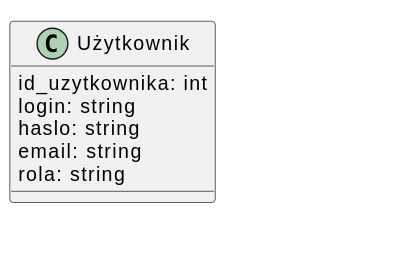
Before: diagrams/class_diagram_uzytkownik.svg, a diagram exported from PlantUML (jdaszkiewicz/diagramy).
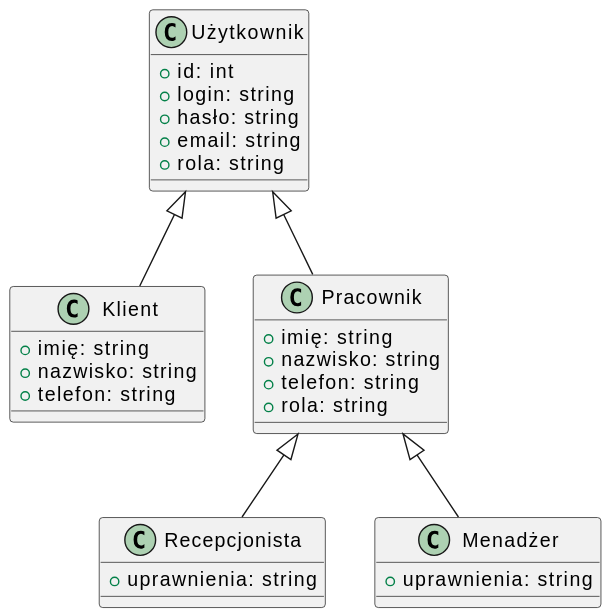
The same file after the commit.

The edit, as a diff of the source:
```diff
@@ -1,50 +1,35 @@
 @startuml
 class Użytkownik {
-   id_uzytkownika: int
-   login: string
-   haslo: string
-   email: string
-   rola: string
- }
+    +id: int
+    +login: string
+    +hasło: string
+    +email: string
+    +rola: string
+}
 
- class Pracownik {
-   id_pracownika: int
-   imie: string
-   nazwisko: string
-   email: string
-   telefon: string
-   login: string
-   haslo: string
-   rola: string
- }
+class Klient {
+    +imię: string
+    +nazwisko: string
+    +telefon: string
+}
 
- class Gość {
-   id_klienta: int
-   imie: string
-   nazwisko: string
-   email: string
-   telefon: string
- }
+class Pracownik {
+    +imię: string
+    +nazwisko: string
+    +telefon: string
+    +rola: string
+}
 
- class Pokój {
-   id_pokoju: int
-   numer_pokoju: string
-   typ_pokoju: string
-   opis: string
-   cena: decimal
-   dostepny: boolean
- }
+class Recepcjonista {
+    +uprawnienia: string
+}
 
- class Rezerwacja {
-   id_rezerwacji: int
-   id_klienta: int
-   id_pokoju: int
-   data_od: date
-   data_do: date
-   status: string
- }
+class Menadżer {
+    +uprawnienia: string
+}
 
- Użytkownik <|-- Pracownik
- Gość "1" -- "*" Rezerwacja
- Pokój "1" -- "*" Rezerwacja
+Użytkownik <|-- Klient
+Użytkownik <|-- Pracownik
+Pracownik <|-- Recepcjonista
+Pracownik <|-- Menadżer
 @enduml
```
